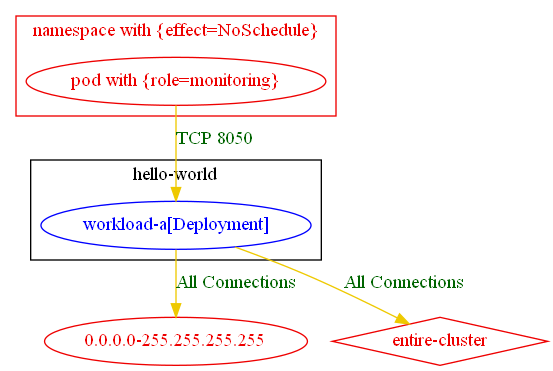
This is test_outputs/connlist/exposure_test_conn_with_new_pod_selector_and_ns_selector_connlist_output.dot.png from np-guard/netpol-analyzer, a Graphviz export, as it was before one commit. Its source is kept beside it as test_outputs/connlist/exposure_test_conn_with_new_pod_selector_and_ns_selector_connlist_output.dot.
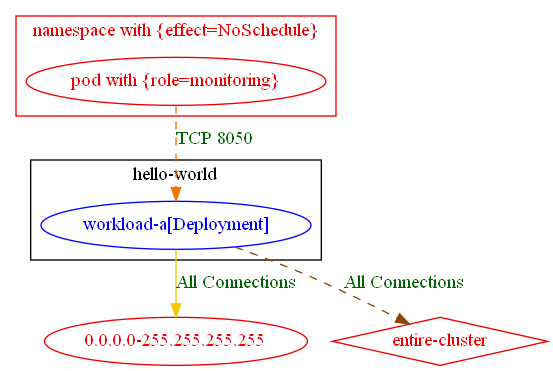
After the change.

Change to the diagram source:
```diff
@@ -14,6 +14,6 @@
 	"0.0.0.0-255.255.255.255" [label="0.0.0.0-255.255.255.255" color="red2" fontcolor="red2"]
 	"entire-cluster" [label="entire-cluster" color="red2" fontcolor="red2" shape=diamond]
 	"hello-world/workload-a[Deployment]" -> "0.0.0.0-255.255.255.255" [label="All Connections" color="gold2" fontcolor="darkgreen"]
-	"hello-world/workload-a[Deployment]" -> "entire-cluster" [label="All Connections" color="gold2" fontcolor="darkgreen" weight=0.5]
-	"pod with {role=monitoring}_in_namespace with {effect=NoSchedule}" -> "hello-world/workload-a[Deployment]" [label="TCP 8050" color="gold2" fontcolor="darkgreen" weight=1]
+	"hello-world/workload-a[Deployment]" -> "entire-cluster" [label="All Connections" color="darkorange4" fontcolor="darkgreen" weight=0.5 style=dashed]
+	"pod with {role=monitoring}_in_namespace with {effect=NoSchedule}" -> "hello-world/workload-a[Deployment]" [label="TCP 8050" color="darkorange2" fontcolor="darkgreen" weight=1 style=dashed]
 }
```
